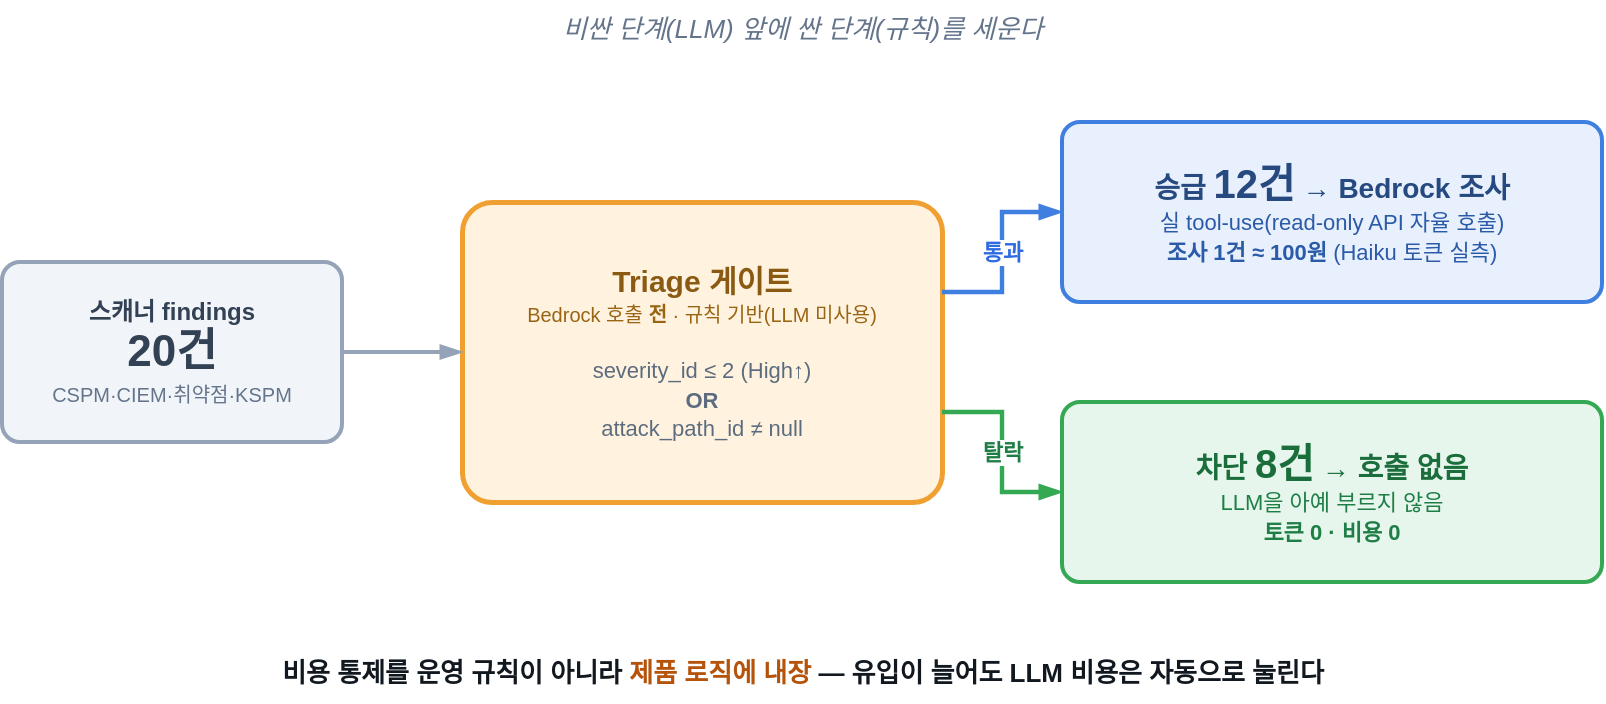
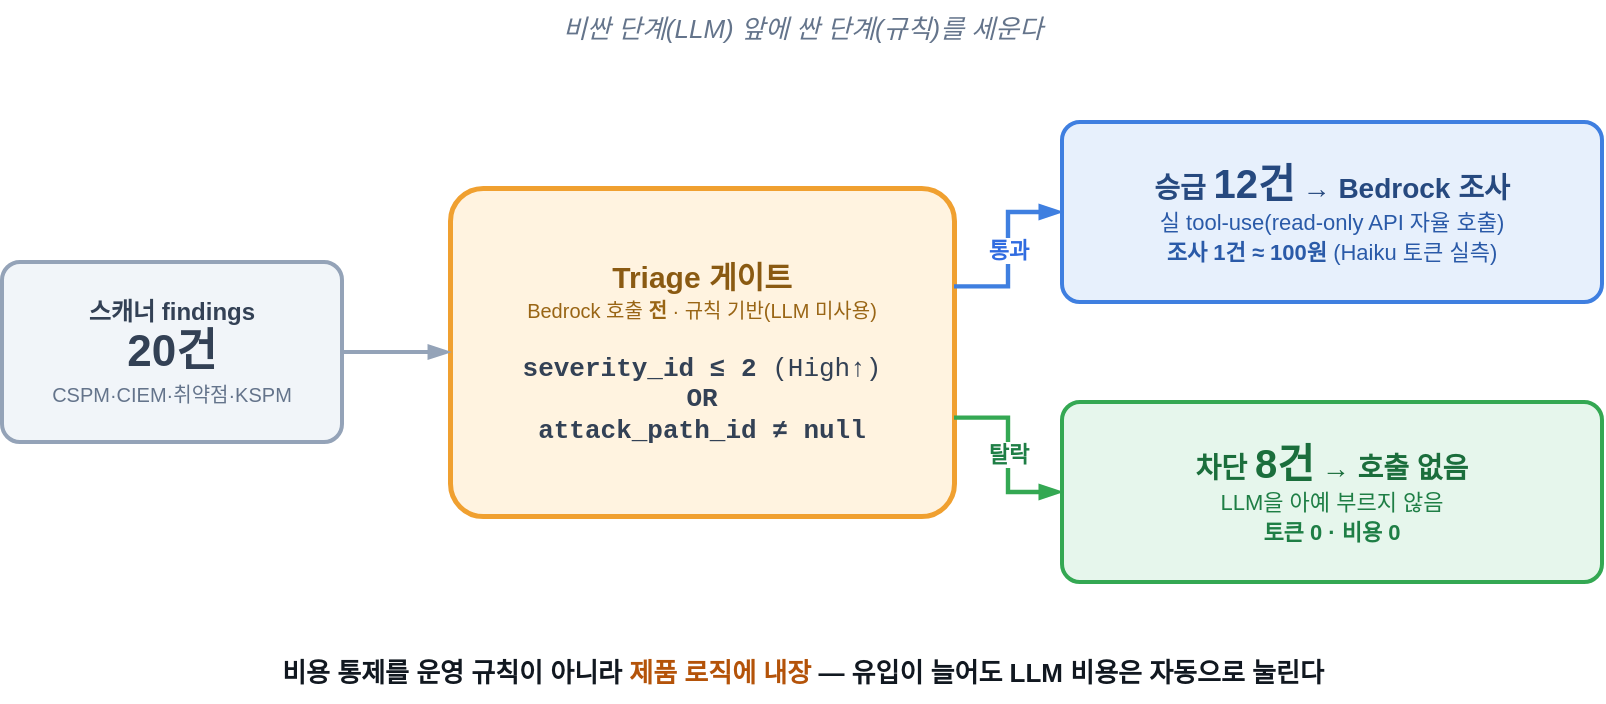
<mxfile host="app.diagrams.net">
  <diagram name="finops-triage-gate" id="finops-gate">
    <mxGraphModel dx="900" dy="500" grid="0" gridSize="10" guides="1" tooltips="1" connect="1" arrows="1" fold="1" page="1" pageScale="1" pageWidth="880" pageHeight="400" math="0" shadow="0">
      <root>
        <mxCell id="0" />
        <mxCell id="1" parent="0" />

        <mxCell id="hdr" value="비싼 단계(LLM) 앞에 싼 단계(규칙)를 세운다" style="text;html=1;align=center;fontSize=13;fontStyle=2;fontColor=#64748B;" vertex="1" parent="1">
          <mxGeometry x="40" y="14" width="800" height="24" as="geometry" />
        </mxCell>

        <mxCell id="in" value="&lt;b&gt;스캐너 findings&lt;/b&gt;&lt;br&gt;&lt;font style=&quot;font-size:22px;&quot;&gt;&lt;b&gt;20건&lt;/b&gt;&lt;/font&gt;&lt;br&gt;&lt;font style=&quot;font-size:10px;color:#64748B&quot;&gt;CSPM·CIEM·취약점·KSPM&lt;/font&gt;" style="rounded=1;arcSize=10;whiteSpace=wrap;html=1;fillColor=#F1F5F9;strokeColor=#94A3B8;strokeWidth=2;fontSize=12;fontColor=#334155;verticalAlign=middle;" vertex="1" parent="1">
          <mxGeometry x="40" y="145" width="170" height="90" as="geometry" />
        </mxCell>

-         <mxCell id="gate" value="&lt;b&gt;&lt;font color=&quot;#8A5A12&quot; style=&quot;font-size:15px;&quot;&gt;Triage 게이트&lt;/font&gt;&lt;/b&gt;&lt;br&gt;&lt;font style=&quot;font-size:10px;color:#996515&quot;&gt;Bedrock 호출 &lt;b&gt;전&lt;/b&gt; · 규칙 기반(LLM 미사용)&lt;/font&gt;&lt;br&gt;&lt;br&gt;&lt;font style=&quot;font-size:11px;color:#5C6C7E&quot;&gt;severity_id ≤ 2 (High↑)&lt;br&gt;&lt;b&gt;OR&lt;/b&gt;&lt;br&gt;attack_path_id ≠ null&lt;/font&gt;" style="rounded=1;arcSize=10;whiteSpace=wrap;html=1;fillColor=#FFF3E0;strokeColor=#F0A030;strokeWidth=2.5;fontSize=12;fontColor=#111820;verticalAlign=middle;" vertex="1" parent="1">
-           <mxGeometry x="270" y="115" width="240" height="150" as="geometry" />
+         <mxCell id="gate" value="&lt;b&gt;&lt;font color=&quot;#8A5A12&quot; style=&quot;font-size:15px;&quot;&gt;Triage 게이트&lt;/font&gt;&lt;/b&gt;&lt;br&gt;&lt;font style=&quot;font-size:10px;color:#996515&quot;&gt;Bedrock 호출 &lt;b&gt;전&lt;/b&gt; · 규칙 기반(LLM 미사용)&lt;/font&gt;&lt;br&gt;&lt;br&gt;&lt;font face=&quot;Courier New&quot; style=&quot;font-size:13px;color:#334155&quot;&gt;&lt;b&gt;severity_id ≤ 2&lt;/b&gt; (High↑)&lt;br&gt;&lt;b&gt;OR&lt;/b&gt;&lt;br&gt;&lt;b&gt;attack_path_id ≠ null&lt;/b&gt;&lt;/font&gt;" style="rounded=1;arcSize=10;whiteSpace=wrap;html=1;fillColor=#FFF3E0;strokeColor=#F0A030;strokeWidth=2.5;fontSize=12;fontColor=#111820;verticalAlign=middle;" vertex="1" parent="1">
+           <mxGeometry x="264" y="108" width="252" height="164" as="geometry" />
        </mxCell>

        <mxCell id="pass" value="&lt;b&gt;&lt;font color=&quot;#26497F&quot; style=&quot;font-size:14px;&quot;&gt;승급 &lt;font style=&quot;font-size:20px;&quot;&gt;12건&lt;/font&gt; → Bedrock 조사&lt;/font&gt;&lt;/b&gt;&lt;br&gt;&lt;font style=&quot;font-size:11px;color:#2A5AA8&quot;&gt;실 tool-use(read-only API 자율 호출)&lt;br&gt;&lt;b&gt;조사 1건 ≈ 100원&lt;/b&gt; (Haiku 토큰 실측)&lt;/font&gt;" style="rounded=1;arcSize=10;whiteSpace=wrap;html=1;fillColor=#E7F0FC;strokeColor=#3F7FE0;strokeWidth=2;fontSize=12;fontColor=#111820;verticalAlign=middle;" vertex="1" parent="1">
          <mxGeometry x="570" y="75" width="270" height="90" as="geometry" />
        </mxCell>

        <mxCell id="block" value="&lt;b&gt;&lt;font color=&quot;#1B6E3C&quot; style=&quot;font-size:14px;&quot;&gt;차단 &lt;font style=&quot;font-size:20px;&quot;&gt;8건&lt;/font&gt; → 호출 없음&lt;/font&gt;&lt;/b&gt;&lt;br&gt;&lt;font style=&quot;font-size:11px;color:#1E7E45&quot;&gt;LLM을 아예 부르지 않음&lt;br&gt;&lt;b&gt;토큰 0 · 비용 0&lt;/b&gt;&lt;/font&gt;" style="rounded=1;arcSize=10;whiteSpace=wrap;html=1;fillColor=#E6F6EC;strokeColor=#34A853;strokeWidth=2;fontSize=12;fontColor=#111820;verticalAlign=middle;" vertex="1" parent="1">
          <mxGeometry x="570" y="215" width="270" height="90" as="geometry" />
        </mxCell>

        <mxCell id="e1" style="edgeStyle=orthogonalEdgeStyle;rounded=0;html=1;strokeColor=#94A3B8;strokeWidth=2;endArrow=blockThin;endFill=1;exitX=1;exitY=0.5;entryX=0;entryY=0.5;" edge="1" parent="1" source="in" target="gate">
          <mxGeometry relative="1" as="geometry" />
        </mxCell>
        <mxCell id="e2" value="&lt;b&gt;통과&lt;/b&gt;" style="edgeStyle=orthogonalEdgeStyle;rounded=0;html=1;strokeColor=#3F7FE0;strokeWidth=2.2;endArrow=blockThin;endFill=1;fontSize=11;fontColor=#2F6BE0;labelBackgroundColor=#FFFFFF;exitX=1;exitY=0.3;entryX=0;entryY=0.5;" edge="1" parent="1" source="gate" target="pass">
          <mxGeometry relative="1" as="geometry" />
        </mxCell>
        <mxCell id="e3" value="&lt;b&gt;탈락&lt;/b&gt;" style="edgeStyle=orthogonalEdgeStyle;rounded=0;html=1;strokeColor=#34A853;strokeWidth=2.2;endArrow=blockThin;endFill=1;fontSize=11;fontColor=#1E7E45;labelBackgroundColor=#FFFFFF;exitX=1;exitY=0.7;entryX=0;entryY=0.5;" edge="1" parent="1" source="gate" target="block">
          <mxGeometry relative="1" as="geometry" />
        </mxCell>

        <mxCell id="foot" value="&lt;b style=&quot;font-size:13px;&quot;&gt;비용 통제를 운영 규칙이 아니라 &lt;font color=&quot;#B45309&quot;&gt;제품 로직에 내장&lt;/font&gt; — 유입이 늘어도 LLM 비용은 자동으로 눌린다&lt;/b&gt;" style="text;html=1;align=center;verticalAlign=middle;fontColor=#111820;fontSize=13;" vertex="1" parent="1">
          <mxGeometry x="40" y="335" width="800" height="30" as="geometry" />
        </mxCell>

      </root>
    </mxGraphModel>
  </diagram>
</mxfile>
